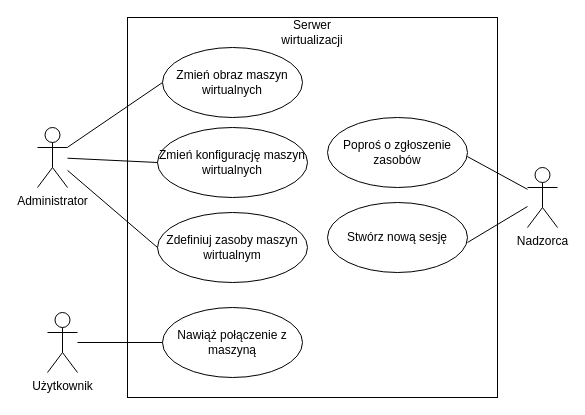
Earlier version of the draw.io diagram diagrams/use_cases/virtualisation_server.drawio (one-click-desktop/documentation). Source tidied: cells renumbered, new cells numbered last; positions are measured from the earlier drawing's top-left corner, leaving out a move shared by most shapes. Both pictures are drawn from the tidied source at 100%, with x=0, y=0 at pixel (37, 17).
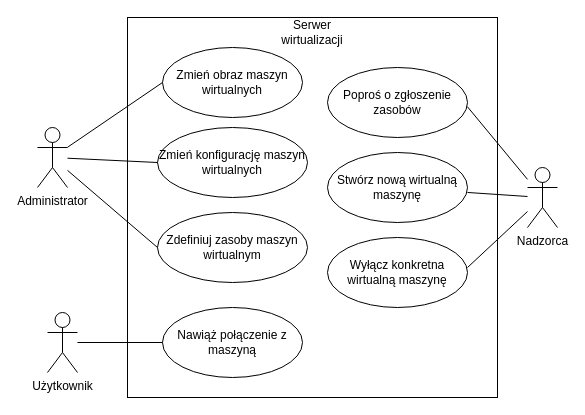
The same page after the edit.

Commit message (it also covers changes not shown here):
Zmiana diagramu dla serwera wirtualizacji

Unchanged cells that the change refers to:
```xml
<mxCell id="4" value="Nadzorca" style="shape=umlActor;verticalLabelPosition=bottom;verticalAlign=top;html=1;" parent="1" vertex="1">
  <mxGeometry x="490" y="150" width="30" height="60" as="geometry" />
</mxCell>
```

Change to the diagram source:
```diff
@@
     <mxCell id="6" value="&lt;div&gt;Poproś o zgłoszenie&lt;/div&gt;&lt;div&gt;zasobów&lt;br&gt;&lt;/div&gt;" style="ellipse;whiteSpace=wrap;html=1;" parent="1" vertex="1">
-      <mxGeometry x="290" y="100" width="140" height="70" as="geometry" />
+      <mxGeometry x="290" y="50" width="140" height="70" as="geometry" />
     </mxCell>
-    <mxCell id="7" value="Stwórz nową sesję" style="ellipse;whiteSpace=wrap;html=1;" parent="1" vertex="1">
-      <mxGeometry x="290" y="185" width="140" height="70" as="geometry" />
+    <mxCell id="7" value="Stwórz nową wirtualną maszynę" style="ellipse;whiteSpace=wrap;html=1;" parent="1" vertex="1">
+      <mxGeometry x="290" y="135" width="140" height="70" as="geometry" />
     </mxCell>
@@
+    <mxCell id="19" value="Wyłącz konkretna wirtualną maszynę" style="ellipse;whiteSpace=wrap;html=1;" parent="1" vertex="1">
+      <mxGeometry x="290" y="220" width="140" height="70" as="geometry" />
+    </mxCell>
+    <mxCell id="20" style="endArrow=none;html=1;rounded=0;exitX=0.998;exitY=0.557;exitDx=0;exitDy=0;exitPerimeter=0;" parent="1" edge="1" target="4">
+      <mxGeometry relative="1" as="geometry">
+        <mxPoint x="430" y="250" as="sourcePoint" />
+      </mxGeometry>
+    </mxCell>
```
